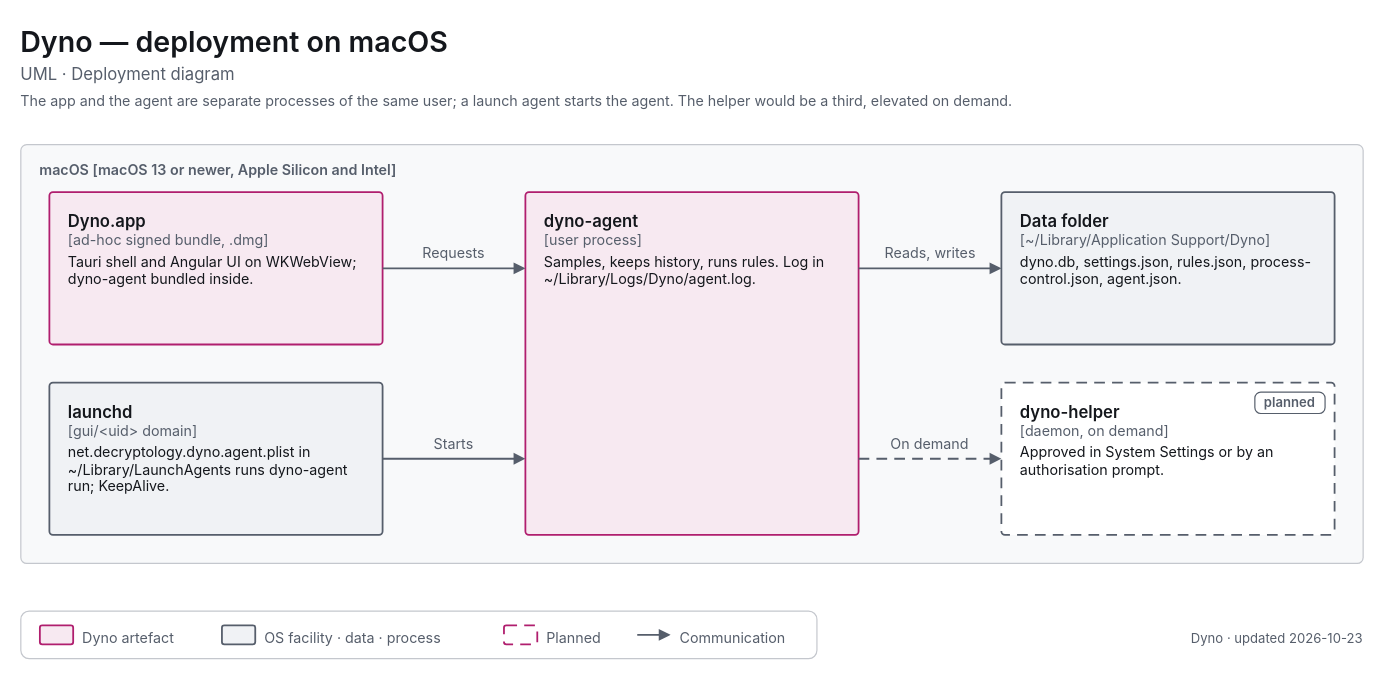
decryp7/paddock keeps this draw.io diagram as apps/dyno/diagrams/uml-deployment-macos.drawio. Above is the earlier version. Source tidied: cells renumbered, new cells numbered last; positions are measured from the earlier drawing's top-left corner, leaving out a move shared by most shapes. Both pictures are drawn from the tidied source at 119%, with x=0, y=0 at pixel (20, 20).
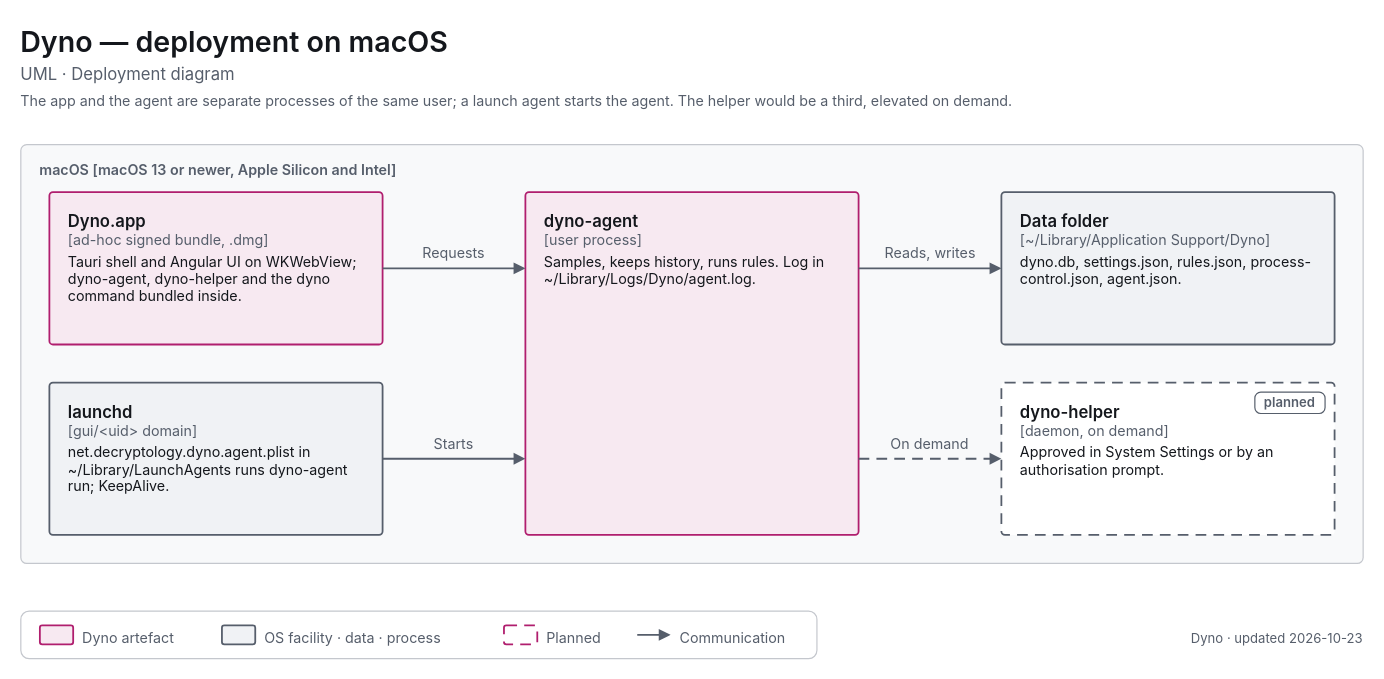
The same page after the edit.

Diff of the diagram source:
```diff
@@
-    <mxCell id="6" value="&lt;span style=&quot;font-size:14px;font-weight:600&quot;&gt;Dyno.app&lt;/span&gt;&lt;br&gt;&lt;span style=&quot;font-size:12px;color:light-dark(#565E6B,#A0A7B2)&quot;&gt;[ad-hoc signed bundle, .dmg]&lt;/span&gt;&lt;br&gt;&lt;div style=&quot;margin-top:4px;font-size:12px&quot;&gt;Tauri shell and Angular UI on WKWebView; dyno-agent bundled inside.&lt;/div&gt;" style="html=1;whiteSpace=wrap;fontFamily=-apple-system,BlinkMacSystemFont,Segoe UI,system-ui,sans-serif;fontSize=12;fontColor=light-dark(#14171C,#ECEEF1);rounded=1;absoluteArcSize=1;arcSize=6;strokeWidth=1.5;strokeColor=light-dark(#B01E6E,#F063A8);fillColor=light-dark(#F7E9F1,#382332);align=left;verticalAlign=top;spacingLeft=14;spacingRight=14;spacingTop=10;spacingBottom=8;" parent="1" vertex="1">
+    <mxCell id="6" value="&lt;span style=&quot;font-size:14px;font-weight:600&quot;&gt;Dyno.app&lt;/span&gt;&lt;br&gt;&lt;span style=&quot;font-size:12px;color:light-dark(#565E6B,#A0A7B2)&quot;&gt;[ad-hoc signed bundle, .dmg]&lt;/span&gt;&lt;br&gt;&lt;div style=&quot;margin-top:4px;font-size:12px&quot;&gt;Tauri shell and Angular UI on WKWebView; dyno-agent, dyno-helper and the dyno command bundled inside.&lt;/div&gt;" style="html=1;whiteSpace=wrap;fontFamily=-apple-system,BlinkMacSystemFont,Segoe UI,system-ui,sans-serif;fontSize=12;fontColor=light-dark(#14171C,#ECEEF1);rounded=1;absoluteArcSize=1;arcSize=6;strokeWidth=1.5;strokeColor=light-dark(#B01E6E,#F063A8);fillColor=light-dark(#F7E9F1,#382332);align=left;verticalAlign=top;spacingLeft=14;spacingRight=14;spacingTop=10;spacingBottom=8;" parent="1" vertex="1">
       <mxGeometry x="24" y="144" width="280" height="128" as="geometry" />
     </mxCell>
```
